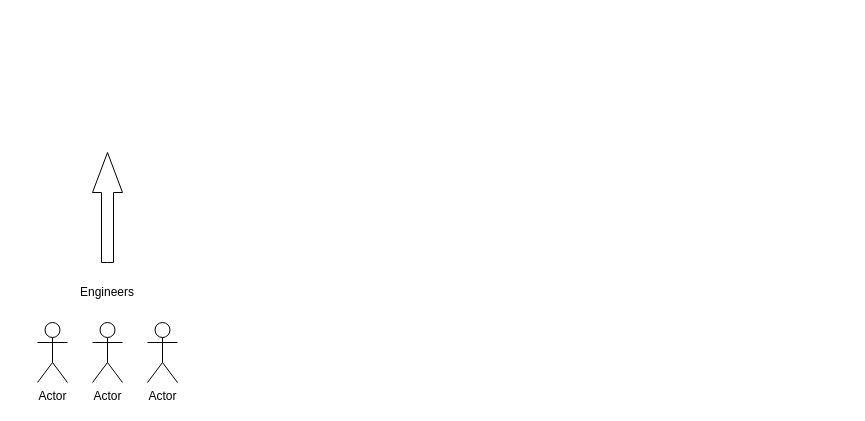
This is CI/CD Pipeline.drawio from vinodn90/Vin, a draw.io file, before an edit. Source tidied: cells renumbered, new cells numbered last; positions are measured from the earlier drawing's top-left corner, leaving out a move shared by most shapes. Both pictures are drawn from the tidied source at 100%, with x=0, y=0 at pixel (37, 152).
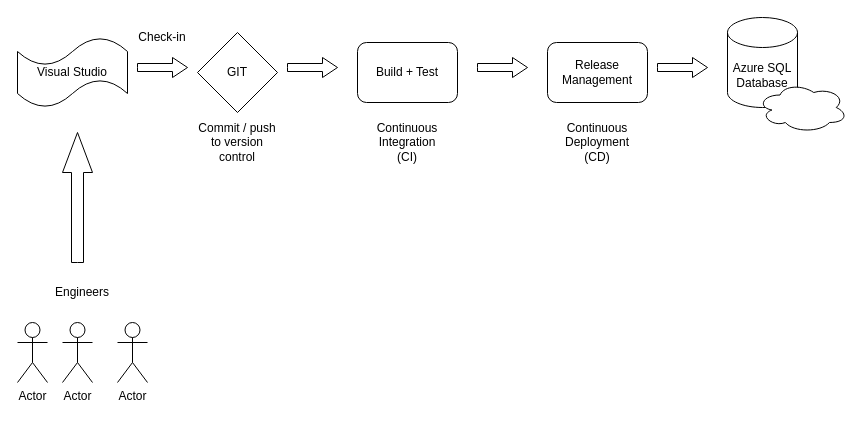
The same page after the edit.

Change to the diagram source:
```diff
@@
     <mxCell id="2" value="Actor" style="shape=umlActor;verticalLabelPosition=bottom;verticalAlign=top;html=1;" parent="1" vertex="1">
-      <mxGeometry y="170" width="30" height="60" as="geometry" />
+      <mxGeometry x="-20" y="170" width="30" height="60" as="geometry" />
     </mxCell>
     <mxCell id="3" value="Actor" style="shape=umlActor;verticalLabelPosition=bottom;verticalAlign=top;html=1;" parent="1" vertex="1">
-      <mxGeometry x="55" y="170" width="30" height="60" as="geometry" />
+      <mxGeometry x="25" y="170" width="30" height="60" as="geometry" />
     </mxCell>
     <mxCell id="4" value="Actor" style="shape=umlActor;verticalLabelPosition=bottom;verticalAlign=top;html=1;" parent="1" vertex="1">
-      <mxGeometry x="110" y="170" width="30" height="60" as="geometry" />
+      <mxGeometry x="80" y="170" width="30" height="60" as="geometry" />
     </mxCell>
     <mxCell id="5" value="Engineers" style="text;html=1;strokeColor=none;fillColor=none;align=center;verticalAlign=middle;whiteSpace=wrap;rounded=0;" parent="1" vertex="1">
-      <mxGeometry x="50" y="130" width="40" height="20" as="geometry" />
+      <mxGeometry x="25" y="130" width="40" height="20" as="geometry" />
     </mxCell>
     <mxCell id="6" style="html=1;shadow=0;dashed=0;align=center;verticalAlign=middle;shape=mxgraph.arrows2.arrow;dy=0.6;dx=40;direction=north;notch=0;" parent="1" vertex="1">
-      <mxGeometry x="55" width="30" height="110" as="geometry" />
+      <mxGeometry x="25" y="-20" width="30" height="130" as="geometry" />
     </mxCell>
+    <mxCell id="7" value="Visual Studio" style="shape=tape;whiteSpace=wrap;html=1;" parent="1" vertex="1">
+      <mxGeometry x="-20" y="-115" width="110" height="70" as="geometry" />
+    </mxCell>
+    <mxCell id="8" value="GIT" style="rhombus;whiteSpace=wrap;html=1;" parent="1" vertex="1">
+      <mxGeometry x="160" y="-120" width="80" height="80" as="geometry" />
+    </mxCell>
+    <mxCell id="9" value="Build + Test" style="rounded=1;whiteSpace=wrap;html=1;" parent="1" vertex="1">
+      <mxGeometry x="320" y="-110" width="100" height="60" as="geometry" />
+    </mxCell>
+    <mxCell id="10" value="Release Management" style="rounded=1;whiteSpace=wrap;html=1;" parent="1" vertex="1">
+      <mxGeometry x="510" y="-110" width="100" height="60" as="geometry" />
+    </mxCell>
+    <mxCell id="11" value="Azure SQL Database" style="shape=cylinder3;whiteSpace=wrap;html=1;boundedLbl=1;backgroundOutline=1;size=15;" parent="1" vertex="1">
+      <mxGeometry x="690" y="-135" width="70" height="90" as="geometry" />
+    </mxCell>
+    <mxCell id="12" style="ellipse;shape=cloud;whiteSpace=wrap;html=1;" parent="1" vertex="1">
+      <mxGeometry x="720" y="-70" width="90" height="50" as="geometry" />
+    </mxCell>
+    <mxCell id="13" style="html=1;shadow=0;dashed=0;align=center;verticalAlign=middle;shape=mxgraph.arrows2.arrow;dy=0.6;dx=15;notch=0;" parent="1" vertex="1">
+      <mxGeometry x="440" y="-95" width="50" height="20" as="geometry" />
+    </mxCell>
+    <mxCell id="14" style="html=1;shadow=0;dashed=0;align=center;verticalAlign=middle;shape=mxgraph.arrows2.arrow;dy=0.6;dx=15;notch=0;" parent="1" vertex="1">
+      <mxGeometry x="100" y="-95" width="50" height="20" as="geometry" />
+    </mxCell>
+    <mxCell id="15" style="html=1;shadow=0;dashed=0;align=center;verticalAlign=middle;shape=mxgraph.arrows2.arrow;dy=0.6;dx=15;notch=0;" parent="1" vertex="1">
+      <mxGeometry x="250" y="-95" width="50" height="20" as="geometry" />
+    </mxCell>
+    <mxCell id="16" style="html=1;shadow=0;dashed=0;align=center;verticalAlign=middle;shape=mxgraph.arrows2.arrow;dy=0.6;dx=15;notch=0;" parent="1" vertex="1">
+      <mxGeometry x="620" y="-95" width="50" height="20" as="geometry" />
+    </mxCell>
+    <mxCell id="17" value="Check-in" style="text;html=1;strokeColor=none;fillColor=none;align=center;verticalAlign=middle;whiteSpace=wrap;rounded=0;" parent="1" vertex="1">
+      <mxGeometry x="100" y="-125" width="50" height="20" as="geometry" />
+    </mxCell>
+    <mxCell id="18" value="Continuous Integration (CI)" style="text;html=1;strokeColor=none;fillColor=none;align=center;verticalAlign=middle;whiteSpace=wrap;rounded=0;" parent="1" vertex="1">
+      <mxGeometry x="350" y="-20" width="40" height="20" as="geometry" />
+    </mxCell>
+    <mxCell id="19" value="Continuous Deployment (CD)" style="text;html=1;strokeColor=none;fillColor=none;align=center;verticalAlign=middle;whiteSpace=wrap;rounded=0;" parent="1" vertex="1">
+      <mxGeometry x="540" y="-20" width="40" height="20" as="geometry" />
+    </mxCell>
+    <mxCell id="20" value="Commit / push to version control" style="text;html=1;strokeColor=none;fillColor=none;align=center;verticalAlign=middle;whiteSpace=wrap;rounded=0;" parent="1" vertex="1">
+      <mxGeometry x="160" y="-20" width="80" height="20" as="geometry" />
+    </mxCell>
```
